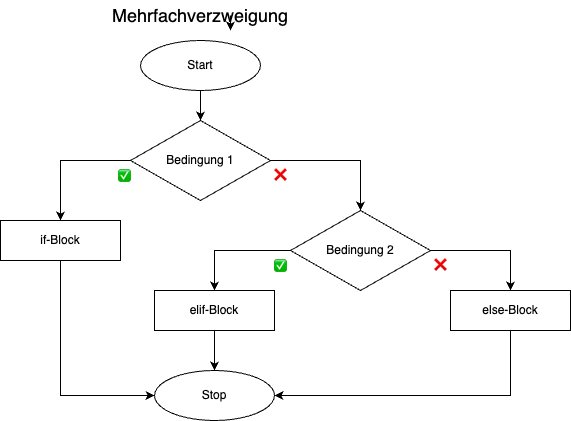
Before: of/bilder/notebooks/grundwissen_programmieren/1-5_Flussdiagramm_Mehrfachverzweigung.png, a diagram exported from draw.io (donze-informatikunterricht/donze-informatikunterricht.github.io). Source tidied: cells renumbered, new cells last; positions are measured from the earlier drawing's top-left corner, leaving out a move shared by most shapes.
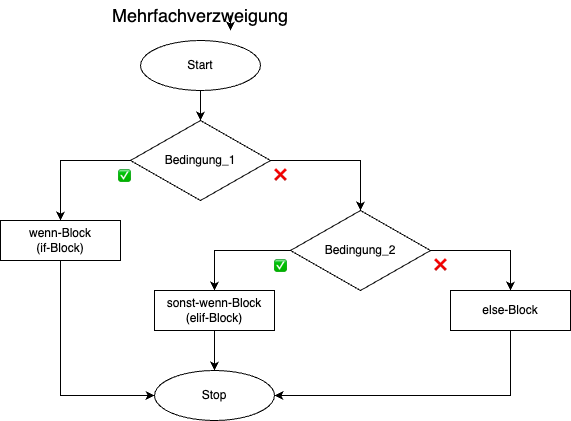
After the change.

Change to the diagram source:
```diff
@@ -14,13 +14,13 @@
     <mxCell id="5" style="edgeStyle=orthogonalEdgeStyle;rounded=0;jettySize=auto;html=1;exitX=0;exitY=0.5;exitDx=0;exitDy=0;entryX=0.5;entryY=0;entryDx=0;entryDy=0;" parent="1" edge="1" source="6" target="8">
       <mxGeometry relative="1" as="geometry" />
     </mxCell>
-    <mxCell id="6" value="Bedingung 1" style="rhombus;whiteSpace=wrap;html=1;" parent="1" vertex="1">
+    <mxCell id="6" value="Bedingung_1" style="rhombus;whiteSpace=wrap;html=1;" parent="1" vertex="1">
       <mxGeometry x="130" y="120" width="140" height="80" as="geometry" />
     </mxCell>
     <mxCell id="7" style="edgeStyle=orthogonalEdgeStyle;rounded=0;jettySize=auto;html=1;exitX=0.5;exitY=1;exitDx=0;exitDy=0;entryX=0;entryY=0.5;entryDx=0;entryDy=0;" parent="1" edge="1" source="8" target="4">
       <mxGeometry relative="1" as="geometry" />
     </mxCell>
-    <mxCell id="8" value="&lt;div&gt;if-Block&lt;br&gt;&lt;/div&gt;" style="rounded=0;whiteSpace=wrap;html=1;" parent="1" vertex="1">
+    <mxCell id="8" value="&lt;div&gt;wenn-Block&lt;/div&gt;&lt;div&gt;(&lt;span style=&quot;background-color: transparent; color: light-dark(rgb(0, 0, 0), rgb(255, 255, 255));&quot;&gt;if-Block)&lt;/span&gt;&lt;br&gt;&lt;/div&gt;" style="rounded=0;whiteSpace=wrap;html=1;" parent="1" vertex="1">
       <mxGeometry y="220" width="120" height="40" as="geometry" />
     </mxCell>
     <mxCell id="9" style="edgeStyle=orthogonalEdgeStyle;rounded=0;jettySize=auto;html=1;exitX=1;exitY=0.5;exitDx=0;exitDy=0;entryX=0.5;entryY=0;entryDx=0;entryDy=0;" parent="1" edge="1" source="11" target="16">
@@ -29,7 +29,7 @@
     <mxCell id="10" style="edgeStyle=orthogonalEdgeStyle;rounded=0;jettySize=auto;html=1;exitX=0;exitY=0.5;exitDx=0;exitDy=0;entryX=0.5;entryY=0;entryDx=0;entryDy=0;" parent="1" edge="1" source="11" target="14">
       <mxGeometry relative="1" as="geometry" />
     </mxCell>
-    <mxCell id="11" value="Bedingung 2" style="rhombus;whiteSpace=wrap;html=1;" parent="1" vertex="1">
+    <mxCell id="11" value="Bedingung_2" style="rhombus;whiteSpace=wrap;html=1;" parent="1" vertex="1">
       <mxGeometry x="290" y="210" width="140" height="80" as="geometry" />
     </mxCell>
     <mxCell id="12" style="endArrow=classic;html=1;rounded=0;exitX=1;exitY=0.5;exitDx=0;exitDy=0;entryX=0.5;entryY=0;entryDx=0;entryDy=0;" parent="1" edge="1" source="6" target="11">
@@ -42,7 +42,7 @@
     <mxCell id="13" style="edgeStyle=orthogonalEdgeStyle;rounded=0;jettySize=auto;html=1;exitX=0.5;exitY=1;exitDx=0;exitDy=0;" parent="1" edge="1" source="14" target="4">
       <mxGeometry relative="1" as="geometry" />
     </mxCell>
-    <mxCell id="14" value="&lt;div&gt;elif-Block&lt;br&gt;&lt;/div&gt;" style="rounded=0;whiteSpace=wrap;html=1;" parent="1" vertex="1">
+    <mxCell id="14" value="&lt;div&gt;&lt;div&gt;sonst-wenn-Block&lt;/div&gt;&lt;div&gt;(el&lt;span style=&quot;background-color: transparent; color: light-dark(rgb(0, 0, 0), rgb(255, 255, 255));&quot;&gt;if-Block)&lt;/span&gt;&lt;/div&gt;&lt;/div&gt;" style="rounded=0;whiteSpace=wrap;html=1;" parent="1" vertex="1">
       <mxGeometry x="154" y="290" width="120" height="40" as="geometry" />
     </mxCell>
     <mxCell id="15" style="edgeStyle=orthogonalEdgeStyle;rounded=0;jettySize=auto;html=1;exitX=0.5;exitY=1;exitDx=0;exitDy=0;entryX=1;entryY=0.5;entryDx=0;entryDy=0;" parent="1" edge="1" source="16" target="4">
```
